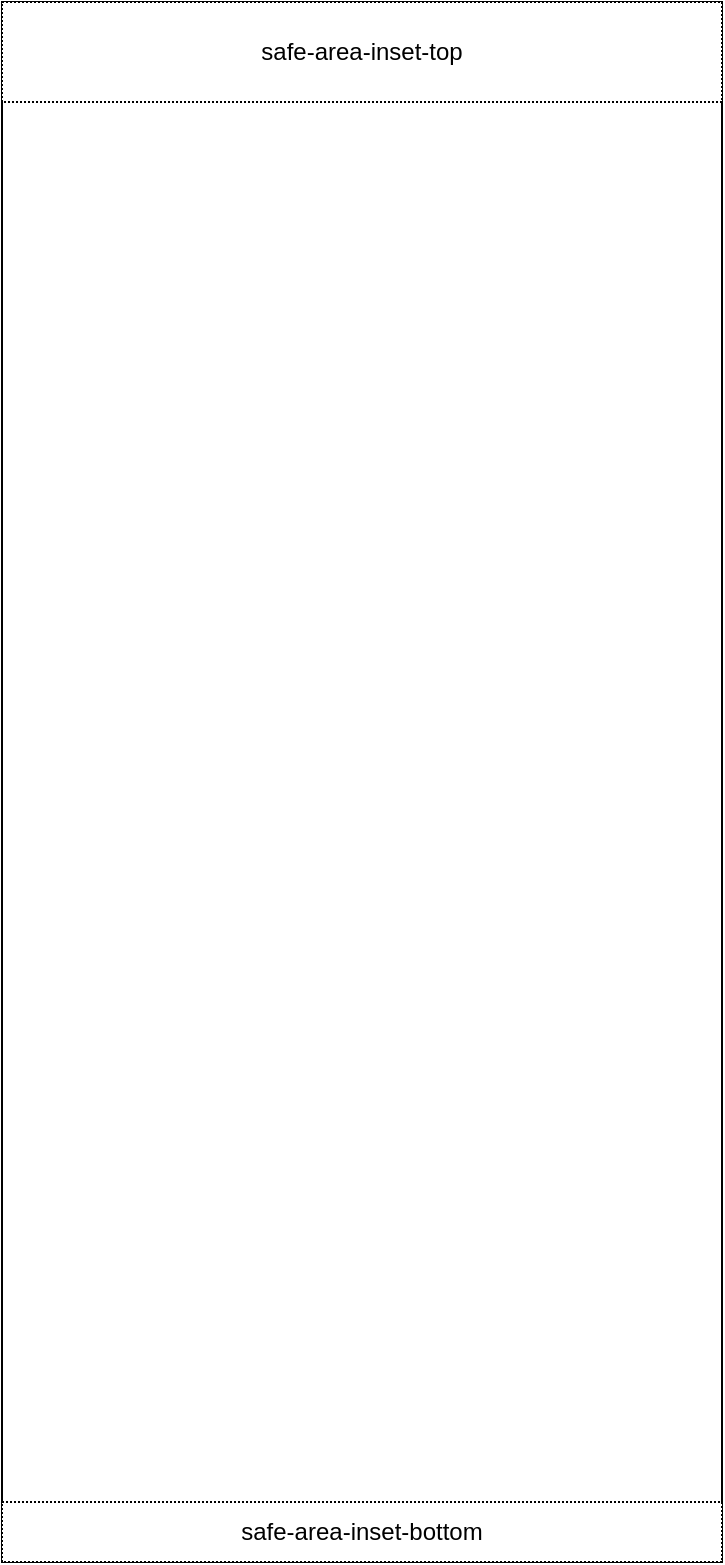
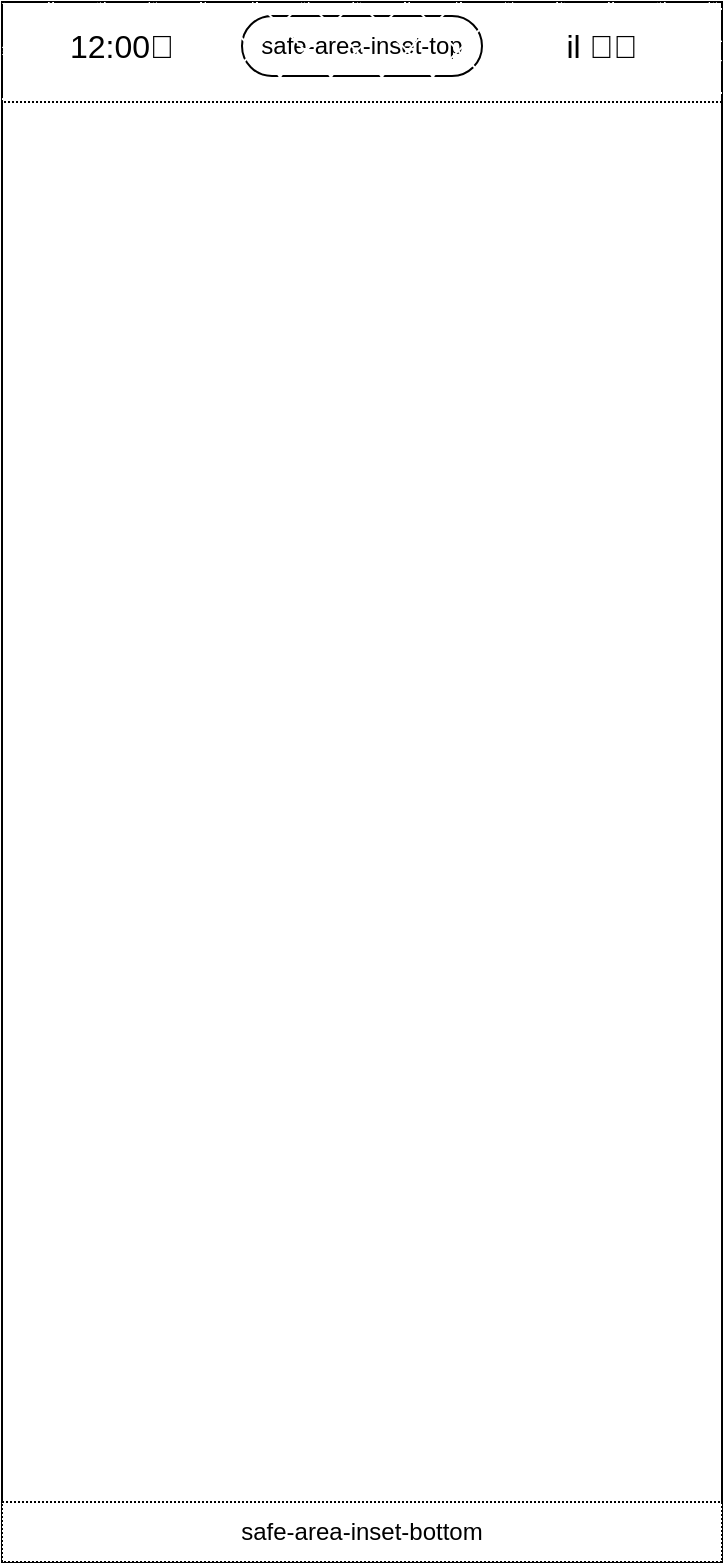
<mxfile host="app.diagrams.net">
  <diagram name="G001-ログイン" id="S722mUA1QwenAaxWcmtO">
-     <mxGraphModel dx="446" dy="846" grid="1" gridSize="10" guides="1" tooltips="1" connect="1" arrows="1" fold="1" page="1" pageScale="1" pageWidth="827" pageHeight="1169" math="0" shadow="0">
+     <mxGraphModel dx="419" dy="796" grid="1" gridSize="10" guides="1" tooltips="1" connect="1" arrows="1" fold="1" page="1" pageScale="1" pageWidth="827" pageHeight="1169" math="0" shadow="0">
      <root>
        <mxCell id="0" />
        <mxCell id="1" parent="0" />
        <mxCell id="zQ7BFWEPkJkrmx3Nq8T0-1" parent="1" style="whiteSpace=wrap;html=1;" value="" vertex="1">
          <mxGeometry height="780" width="360" as="geometry" />
        </mxCell>
-         <mxCell id="aVIO_8MDiifiFSeVl00r-1" parent="1" style="whiteSpace=wrap;html=1;dashed=1;dashPattern=1 1;" value="safe-area-inset-top" vertex="1">
+         <mxCell id="588Fdgz_NcGzjMWDRItu-1" parent="1" style="rounded=1;whiteSpace=wrap;html=1;arcSize=50;fillColor=light-dark(#FFFFFF,#000000);" value="safe-area-inset-top" vertex="1">
+           <mxGeometry height="30" width="120" x="120" y="7" as="geometry" />
+         </mxCell>
+         <mxCell id="aVIO_8MDiifiFSeVl00r-1" parent="1" style="whiteSpace=wrap;html=1;dashed=1;dashPattern=1 1;fillStyle=cross-hatch;" value="" vertex="1">
          <mxGeometry height="50" width="360" as="geometry" />
        </mxCell>
        <mxCell id="aVIO_8MDiifiFSeVl00r-2" parent="1" style="whiteSpace=wrap;html=1;dashed=1;dashPattern=1 1;" value="safe-area-inset-bottom" vertex="1">
          <mxGeometry height="30" width="360" y="750" as="geometry" />
        </mxCell>
+         <mxCell id="588Fdgz_NcGzjMWDRItu-3" parent="1" style="text;html=1;whiteSpace=wrap;strokeColor=none;fillColor=none;align=center;verticalAlign=middle;rounded=0;fontSize=16;" value="12:00🔔" vertex="1">
+           <mxGeometry height="30" width="80" x="20" y="7" as="geometry" />
+         </mxCell>
+         <mxCell id="588Fdgz_NcGzjMWDRItu-4" parent="1" style="text;html=1;whiteSpace=wrap;strokeColor=none;fillColor=none;align=center;verticalAlign=middle;rounded=0;fontSize=16;" value="il 🛜🔋" vertex="1">
+           <mxGeometry height="30" width="80" x="260" y="7" as="geometry" />
+         </mxCell>
      </root>
    </mxGraphModel>
  </diagram>
</mxfile>
